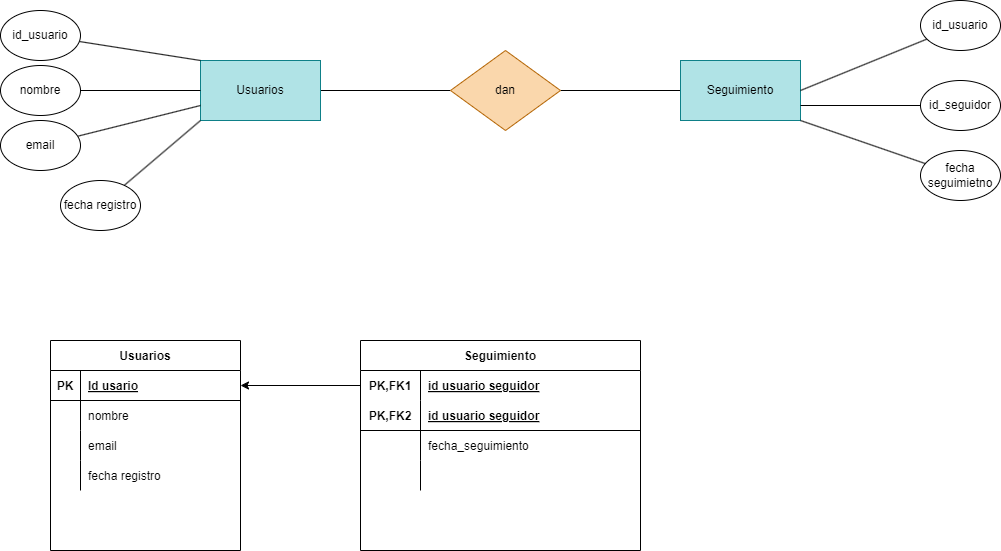
Earlier version of the draw.io export Tareas/Unidad2/ejercicio2.7.drawio.png (WhiteCascade/BAE). Source tidied: cells renumbered, new cells last; positions are measured from the earlier drawing's top-left corner, leaving out a move shared by most shapes.
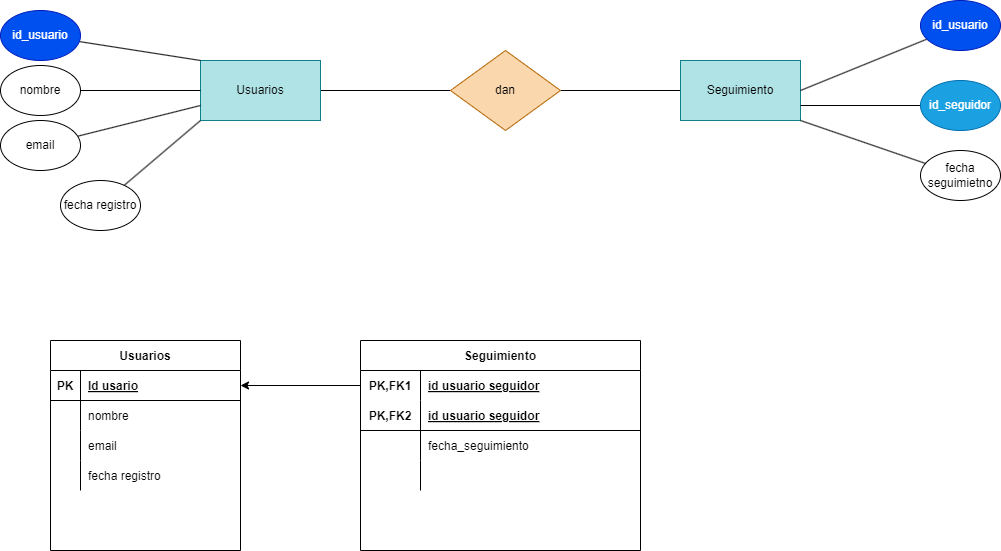
After the commit.

Change to the diagram source:
```diff
@@ -24,7 +24,7 @@
     <mxCell id="7" style="edgeStyle=none;html=1;entryX=0;entryY=0;entryDx=0;entryDy=0;endArrow=none;endFill=0;" parent="1" edge="1" source="8" target="5">
       <mxGeometry relative="1" as="geometry" />
     </mxCell>
-    <mxCell id="8" value="id_usuario" style="ellipse;whiteSpace=wrap;html=1;" parent="1" vertex="1">
+    <mxCell id="8" value="id_usuario" style="ellipse;whiteSpace=wrap;html=1;fillColor=#0050ef;fontColor=#ffffff;strokeColor=#001DBC;" parent="1" vertex="1">
       <mxGeometry y="10" width="80" height="50" as="geometry" />
     </mxCell>
     <mxCell id="9" style="edgeStyle=none;html=1;entryX=0;entryY=0.5;entryDx=0;entryDy=0;endArrow=none;endFill=0;" parent="1" edge="1" source="10" target="5">
@@ -42,13 +42,13 @@
     <mxCell id="13" style="edgeStyle=none;html=1;entryX=1;entryY=0.5;entryDx=0;entryDy=0;endArrow=none;endFill=0;" parent="1" edge="1" source="14" target="6">
       <mxGeometry relative="1" as="geometry" />
     </mxCell>
-    <mxCell id="14" value="id_usuario" style="ellipse;whiteSpace=wrap;html=1;" parent="1" vertex="1">
+    <mxCell id="14" value="id_usuario" style="ellipse;whiteSpace=wrap;html=1;fillColor=#0050ef;fontColor=#ffffff;strokeColor=#001DBC;" parent="1" vertex="1">
       <mxGeometry x="920" width="80" height="50" as="geometry" />
     </mxCell>
     <mxCell id="15" style="edgeStyle=none;html=1;entryX=1;entryY=0.75;entryDx=0;entryDy=0;endArrow=none;endFill=0;" parent="1" edge="1" source="16" target="6">
       <mxGeometry relative="1" as="geometry" />
     </mxCell>
-    <mxCell id="16" value="id_seguidor" style="ellipse;whiteSpace=wrap;html=1;" parent="1" vertex="1">
+    <mxCell id="16" value="id_seguidor" style="ellipse;whiteSpace=wrap;html=1;fillColor=#1ba1e2;fontColor=#ffffff;strokeColor=#006EAF;" parent="1" vertex="1">
       <mxGeometry x="920" y="80" width="80" height="50" as="geometry" />
     </mxCell>
     <mxCell id="17" style="edgeStyle=none;html=1;entryX=0;entryY=1;entryDx=0;entryDy=0;endArrow=none;endFill=0;" parent="1" edge="1" source="18" target="5">
```
